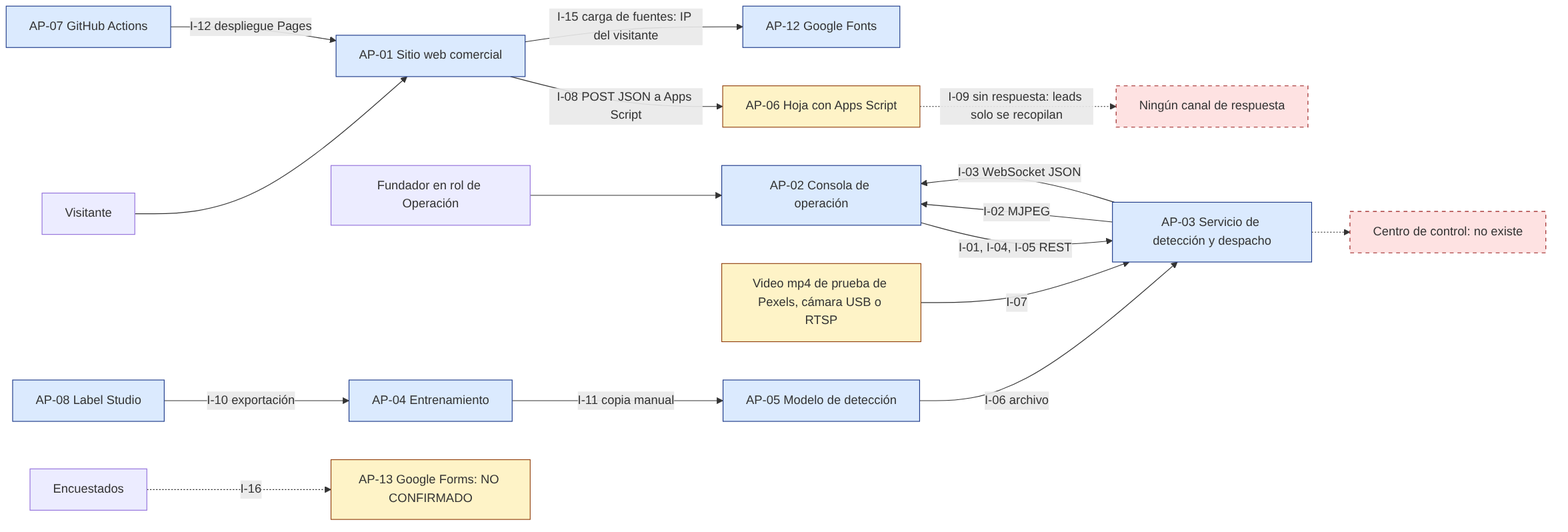
Above: docs/ae-final-project/ondas/M3-aplicaciones/diagramas/E6b-integraciones-as-is.png in 5arSanti/tro-launcher (Mermaid), before the change. Its source is kept beside it as docs/ae-final-project/ondas/M3-aplicaciones/diagramas/E6b-integraciones-as-is.mmd.
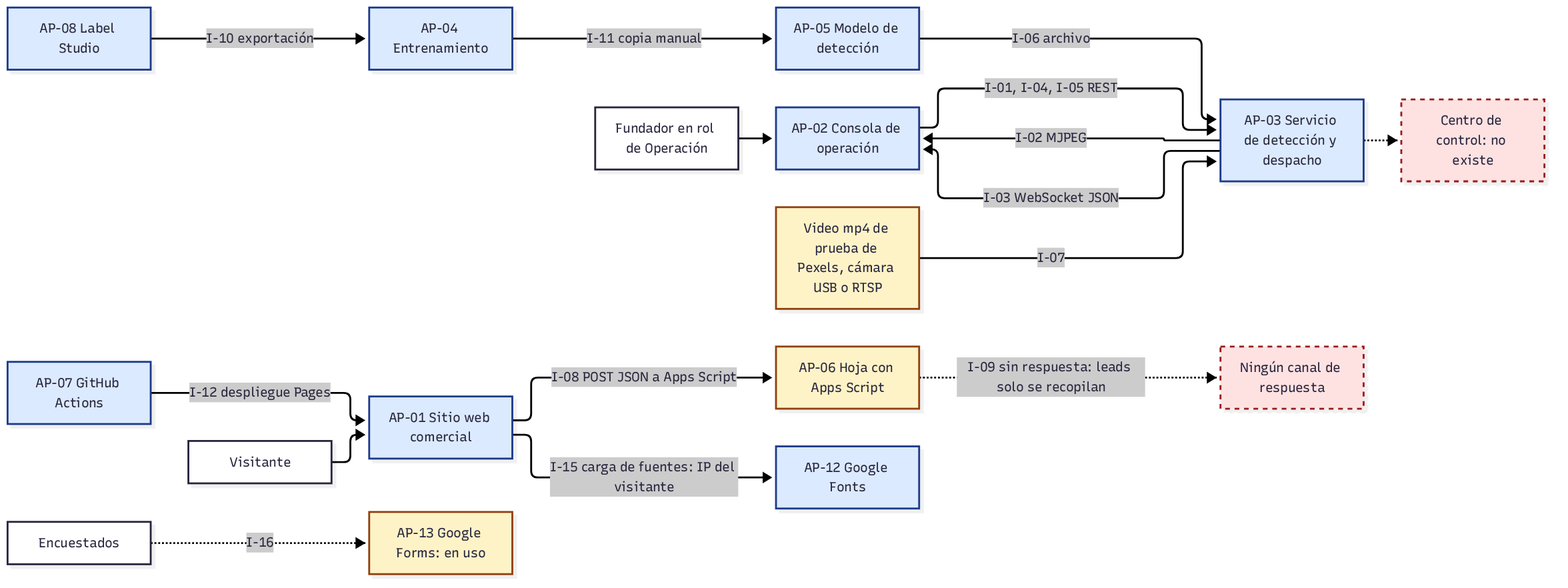
The same file after the commit.

Change to the diagram source:
```diff
@@ -12,7 +12,7 @@
   T -- "I-11 copia manual" --> M
   G[AP-07 GitHub Actions] -- "I-12 despliegue Pages" --> W
   W -- "I-15 carga de fuentes: IP del visitante" --> GF[AP-12 Google Fonts]
-  E[Encuestados] -. "I-16" .-> GFo[AP-13 Google Forms: NO CONFIRMADO]
+  E[Encuestados] -. "I-16" .-> GFo[AP-13 Google Forms: en uso]
   B -.-> X[Centro de control: no existe]
   classDef obs fill:#dbeafe,stroke:#1e3a8a;
   classDef nc fill:#fef3c7,stroke:#92400e;
```
